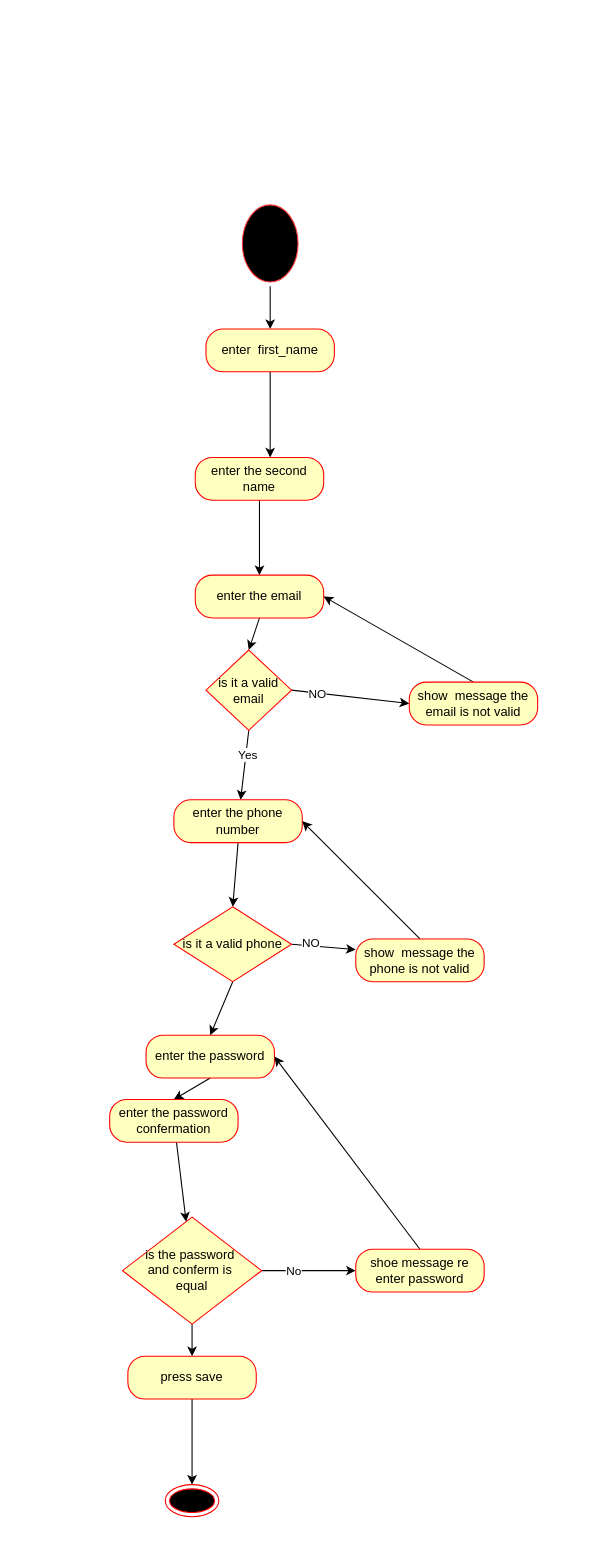
The draw.io diagram activty_digram_add_farmer.drawio in githubmohame/Digitalizing-livestock, before the edit. Source tidied: cells renumbered, new cells numbered last; positions are measured from the earlier drawing's top-left corner, leaving out a move shared by most shapes. Both pictures are drawn from the tidied source at 107%, with x=0, y=0 at pixel (109, 200).
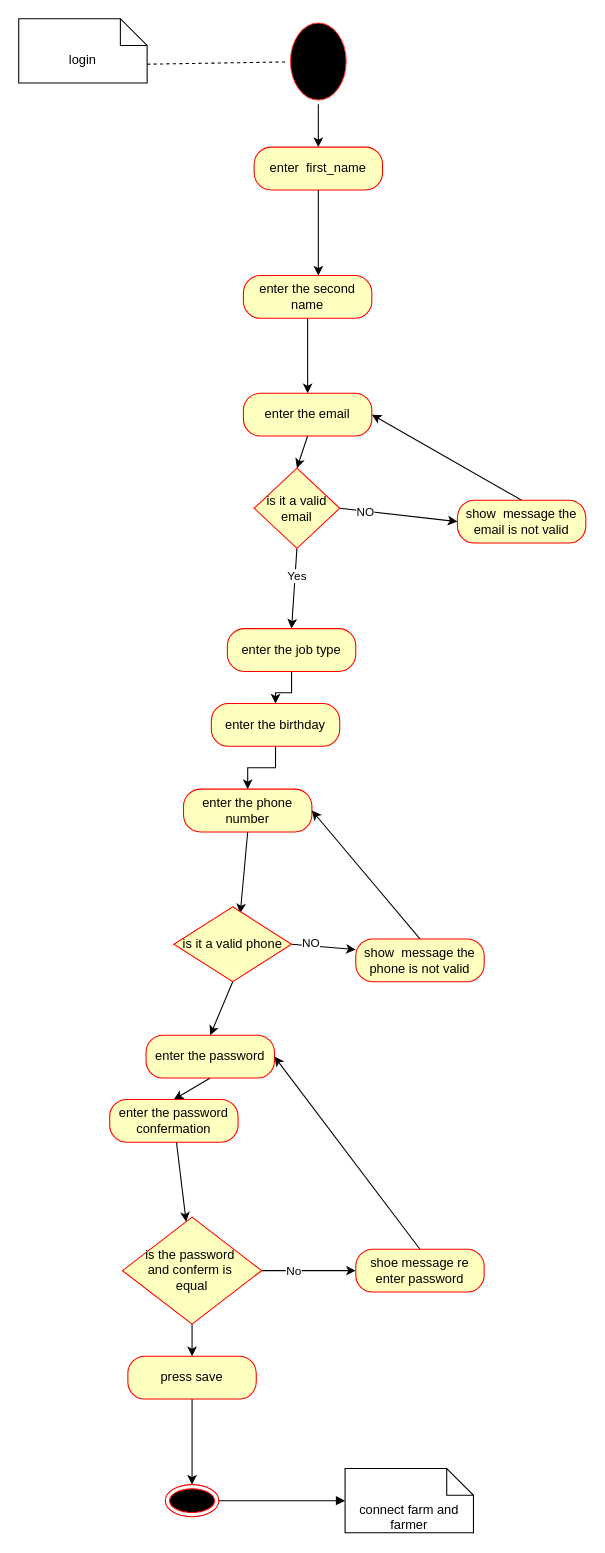
The same page after the edit.

The change refers to these unchanged cells:
```xml
<mxCell id="22" value="is it a valid phone" style="rhombus;whiteSpace=wrap;html=1;fillColor=#ffffc0;strokeColor=#ff0000;" parent="1" vertex="1">
  <mxGeometry x="60" y="660" width="110" height="70" as="geometry" />
</mxCell>
<mxCell id="37" style="ellipse;html=1;shape=endState;fillColor=#000000;strokeColor=#ff0000;" parent="1" vertex="1">
  <mxGeometry x="52" y="1200" width="50" height="30" as="geometry" />
</mxCell>
```

Diff of the diagram source:
```diff
@@
     <mxCell id="3" style="ellipse;html=1;shape=startState;fillColor=#000000;strokeColor=#FF3333;" parent="1" vertex="1">
-      <mxGeometry x="120" width="60" height="80" as="geometry" />
+      <mxGeometry x="165" y="-170" width="60" height="80" as="geometry" />
     </mxCell>
     <mxCell id="4" style="edgeStyle=none;html=1;" parent="1" edge="1" source="5">
       <mxGeometry relative="1" as="geometry">
-        <mxPoint x="150" y="240" as="targetPoint" />
+        <mxPoint x="195" y="70" as="targetPoint" />
       </mxGeometry>
     </mxCell>
     <mxCell id="5" value="enter&amp;nbsp; first_name" style="rounded=1;whiteSpace=wrap;html=1;arcSize=40;fontColor=#000000;fillColor=#ffffc0;strokeColor=#ff0000;" parent="1" vertex="1">
-      <mxGeometry x="90" y="120" width="120" height="40" as="geometry" />
+      <mxGeometry x="135" y="-50" width="120" height="40" as="geometry" />
     </mxCell>
@@
     <mxCell id="7" value="enter the second name" style="rounded=1;whiteSpace=wrap;html=1;arcSize=40;fontColor=#000000;fillColor=#ffffc0;strokeColor=#ff0000;" parent="1" vertex="1">
-      <mxGeometry x="80" y="240" width="120" height="40" as="geometry" />
+      <mxGeometry x="125" y="70" width="120" height="40" as="geometry" />
     </mxCell>
@@
     <mxCell id="9" value="enter the email" style="rounded=1;whiteSpace=wrap;html=1;arcSize=40;fontColor=#000000;fillColor=#ffffc0;strokeColor=#ff0000;" parent="1" vertex="1">
-      <mxGeometry x="80" y="350" width="120" height="40" as="geometry" />
+      <mxGeometry x="125" y="180" width="120" height="40" as="geometry" />
     </mxCell>
@@
-    <mxCell id="12" style="edgeStyle=none;html=1;exitX=0.5;exitY=1;exitDx=0;exitDy=0;strokeColor=#000000;" parent="1" edge="1" source="14" target="18">
+    <mxCell id="12" style="edgeStyle=none;html=1;exitX=0.5;exitY=1;exitDx=0;exitDy=0;strokeColor=#000000;entryX=0.5;entryY=0;entryDx=0;entryDy=0;" parent="1" edge="1" source="14" target="43">
       <mxGeometry relative="1" as="geometry" />
     </mxCell>
@@
     <mxCell id="14" value="is it a valid email" style="rhombus;whiteSpace=wrap;html=1;fillColor=#ffffc0;strokeColor=#ff0000;" parent="1" vertex="1">
-      <mxGeometry x="90" y="420" width="80" height="75" as="geometry" />
+      <mxGeometry x="135" y="250" width="80" height="75" as="geometry" />
     </mxCell>
@@
     <mxCell id="16" value="show&amp;nbsp; message the email is not valid" style="rounded=1;whiteSpace=wrap;html=1;arcSize=40;fontColor=#000000;fillColor=#ffffc0;strokeColor=#ff0000;" parent="1" vertex="1">
-      <mxGeometry x="280" y="450" width="120" height="40" as="geometry" />
+      <mxGeometry x="325" y="280" width="120" height="40" as="geometry" />
     </mxCell>
-    <mxCell id="17" style="edgeStyle=none;html=1;exitX=0.5;exitY=1;exitDx=0;exitDy=0;entryX=0.5;entryY=0;entryDx=0;entryDy=0;strokeColor=#000000;" parent="1" edge="1" source="18" target="22">
+    <mxCell id="17" style="edgeStyle=none;html=1;exitX=0.5;exitY=1;exitDx=0;exitDy=0;strokeColor=#000000;entryX=0.564;entryY=0.086;entryDx=0;entryDy=0;entryPerimeter=0;" parent="1" edge="1" source="18" target="22">
       <mxGeometry relative="1" as="geometry" />
     </mxCell>
     <mxCell id="18" value="enter the phone number" style="rounded=1;whiteSpace=wrap;html=1;arcSize=40;fontColor=#000000;fillColor=#ffffc0;strokeColor=#ff0000;" parent="1" vertex="1">
-      <mxGeometry x="60" y="560" width="120" height="40" as="geometry" />
+      <mxGeometry x="69" y="550" width="120" height="40" as="geometry" />
     </mxCell>
@@
+    <mxCell id="38" style="edgeStyle=none;html=1;exitX=1;exitY=0.5;exitDx=0;exitDy=0;entryX=0;entryY=0.5;entryDx=0;entryDy=0;entryPerimeter=0;endArrow=block;endFill=1;" parent="1" edge="1" source="37" target="39">
+      <mxGeometry relative="1" as="geometry" />
+    </mxCell>
@@
+    <mxCell id="39" value="connect farm and farmer" style="shape=note2;boundedLbl=1;whiteSpace=wrap;html=1;size=25;verticalAlign=top;align=center;" parent="1" vertex="1">
+      <mxGeometry x="220" y="1185" width="120" height="60" as="geometry" />
+    </mxCell>
+    <mxCell id="40" style="edgeStyle=none;html=1;exitX=0;exitY=0;exitDx=120;exitDy=42.5;exitPerimeter=0;dashed=1;endArrow=none;endFill=0;" parent="1" edge="1" source="41" target="3">
+      <mxGeometry relative="1" as="geometry" />
+    </mxCell>
+    <mxCell id="41" value="login" style="shape=note2;boundedLbl=1;whiteSpace=wrap;html=1;size=25;verticalAlign=top;align=center;" parent="1" vertex="1">
+      <mxGeometry x="-85" y="-170" width="120" height="60" as="geometry" />
+    </mxCell>
+    <mxCell id="42" style="edgeStyle=orthogonalEdgeStyle;rounded=0;jettySize=auto;html=1;exitX=0.5;exitY=1;exitDx=0;exitDy=0;" parent="1" edge="1" source="43" target="45">
+      <mxGeometry relative="1" as="geometry" />
+    </mxCell>
+    <mxCell id="43" value="enter the job type" style="rounded=1;whiteSpace=wrap;html=1;arcSize=40;fontColor=#000000;fillColor=#ffffc0;strokeColor=#ff0000;" parent="1" vertex="1">
+      <mxGeometry x="110" y="400" width="120" height="40" as="geometry" />
+    </mxCell>
+    <mxCell id="44" style="edgeStyle=orthogonalEdgeStyle;rounded=0;jettySize=auto;html=1;exitX=0.5;exitY=1;exitDx=0;exitDy=0;" parent="1" edge="1" source="45" target="18">
+      <mxGeometry relative="1" as="geometry" />
+    </mxCell>
+    <mxCell id="45" value="enter the birthday" style="rounded=1;whiteSpace=wrap;html=1;arcSize=40;fontColor=#000000;fillColor=#ffffc0;strokeColor=#ff0000;" parent="1" vertex="1">
+      <mxGeometry x="95" y="470" width="120" height="40" as="geometry" />
+    </mxCell>
```
